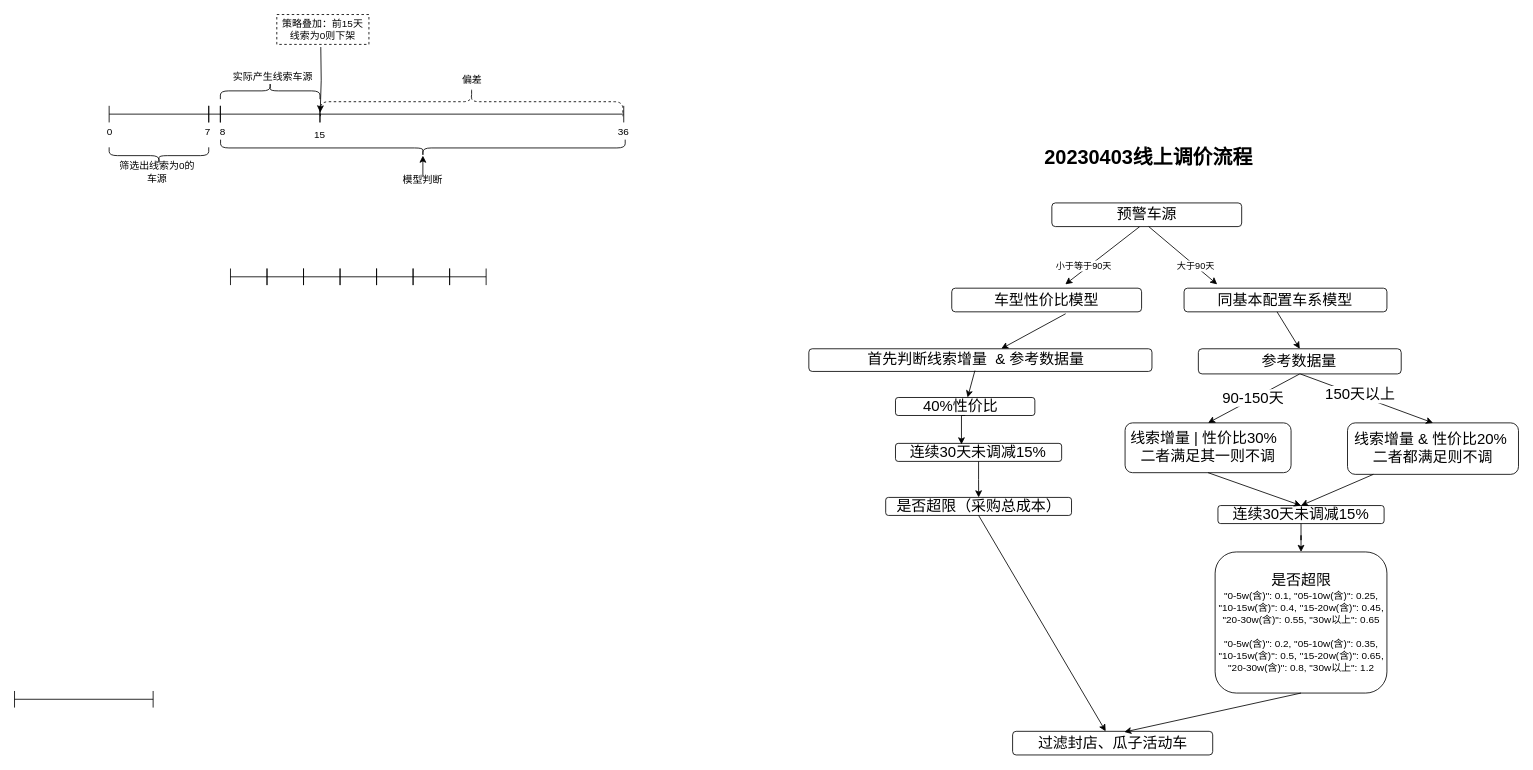
This is c2c智能推广.drawio from mrlonely001/gittest, a draw.io file, before an edit. Source tidied: cells renumbered, new cells numbered last; positions are measured from the earlier drawing's top-left corner, leaving out a move shared by most shapes. Both pictures are drawn from the tidied source at 83%, with x=0, y=0 at pixel (14, -55).
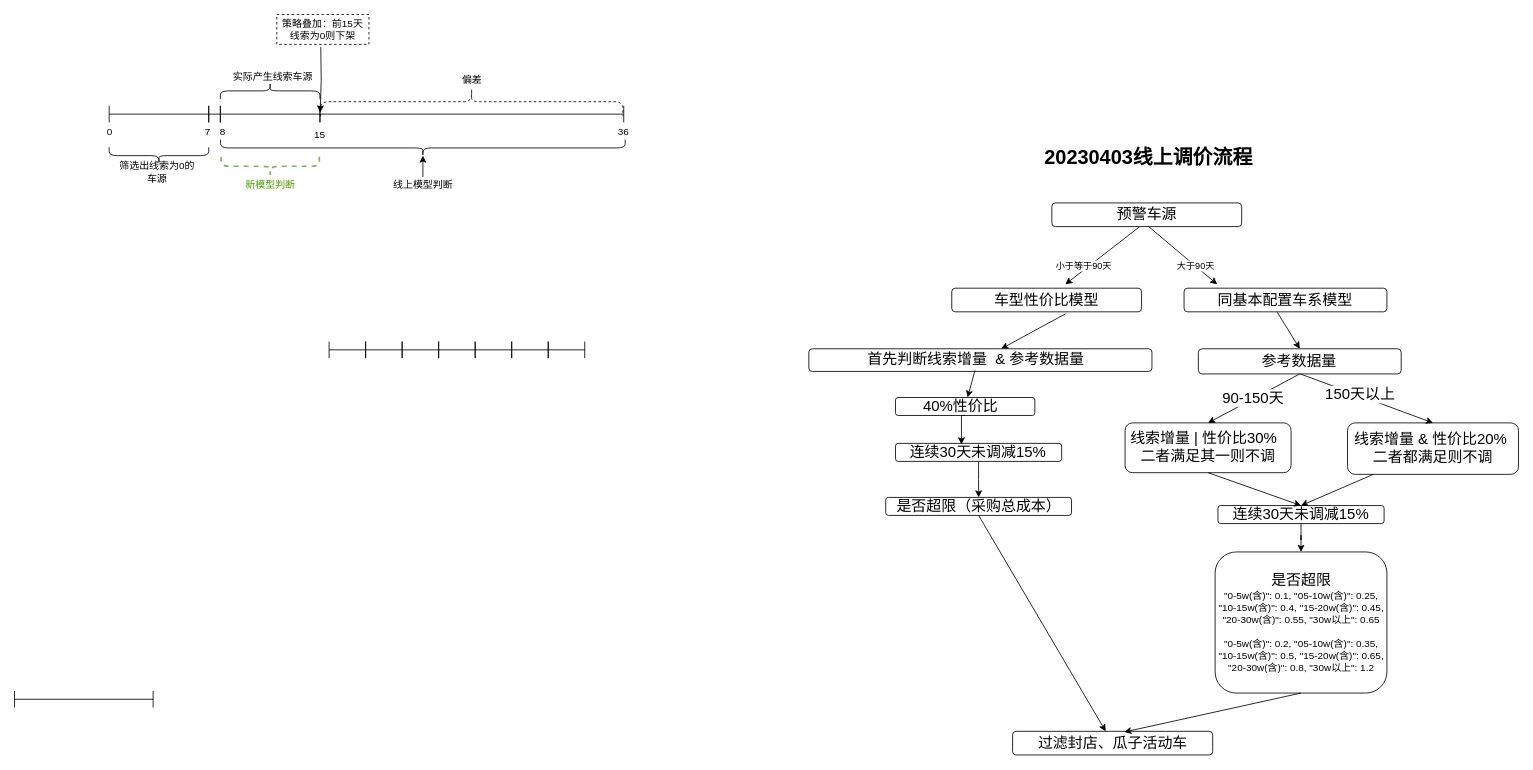
The same page after the edit.

The edit, as a diff of the source:
```diff
@@
     <mxCell id="47" style="group;" parent="1" vertex="1">
-      <mxGeometry x="462" y="253" width="60" height="38" as="geometry" />
+      <mxGeometry x="462" y="253" width="83" height="38" as="geometry" />
     </mxCell>
@@
-    <mxCell id="49" value="模型判断" style="text;html=1;strokeColor=none;fillColor=none;align=center;verticalAlign=middle;whiteSpace=wrap;rounded=0;" parent="47" vertex="1">
-      <mxGeometry y="22.8" width="60" height="15.2" as="geometry" />
+    <mxCell id="49" value="线上模型判断" style="text;html=1;strokeColor=none;fillColor=none;align=center;verticalAlign=middle;whiteSpace=wrap;rounded=0;" parent="47" vertex="1">
+      <mxGeometry x="-11" y="28" width="83" height="15.2" as="geometry" />
     </mxCell>
@@
     <mxCell id="56" style="group;" parent="1" vertex="1">
-      <mxGeometry x="260.2" y="389" width="308" height="20" as="geometry" />
+      <mxGeometry x="379" y="477" width="308" height="20" as="geometry" />
     </mxCell>
@@
+    <mxCell id="64" style="shape=curlyBracket;whiteSpace=wrap;html=1;rounded=1;flipH=1;labelPosition=right;verticalLabelPosition=middle;align=left;verticalAlign=middle;rotation=90;dashed=1;fillColor=#d5e8d4;strokeColor=#82b366;strokeWidth=2;" parent="1" vertex="1">
+      <mxGeometry x="296.5" y="206.7" width="23.2" height="118.3" as="geometry" />
+    </mxCell>
+    <mxCell id="65" value="&lt;font color=&quot;#4d9900&quot;&gt;新模型判断&lt;/font&gt;" style="text;html=1;strokeColor=none;fillColor=none;align=center;verticalAlign=middle;whiteSpace=wrap;rounded=0;" parent="1" vertex="1">
+      <mxGeometry x="257.6" y="273" width="101" height="30" as="geometry" />
+    </mxCell>
```
